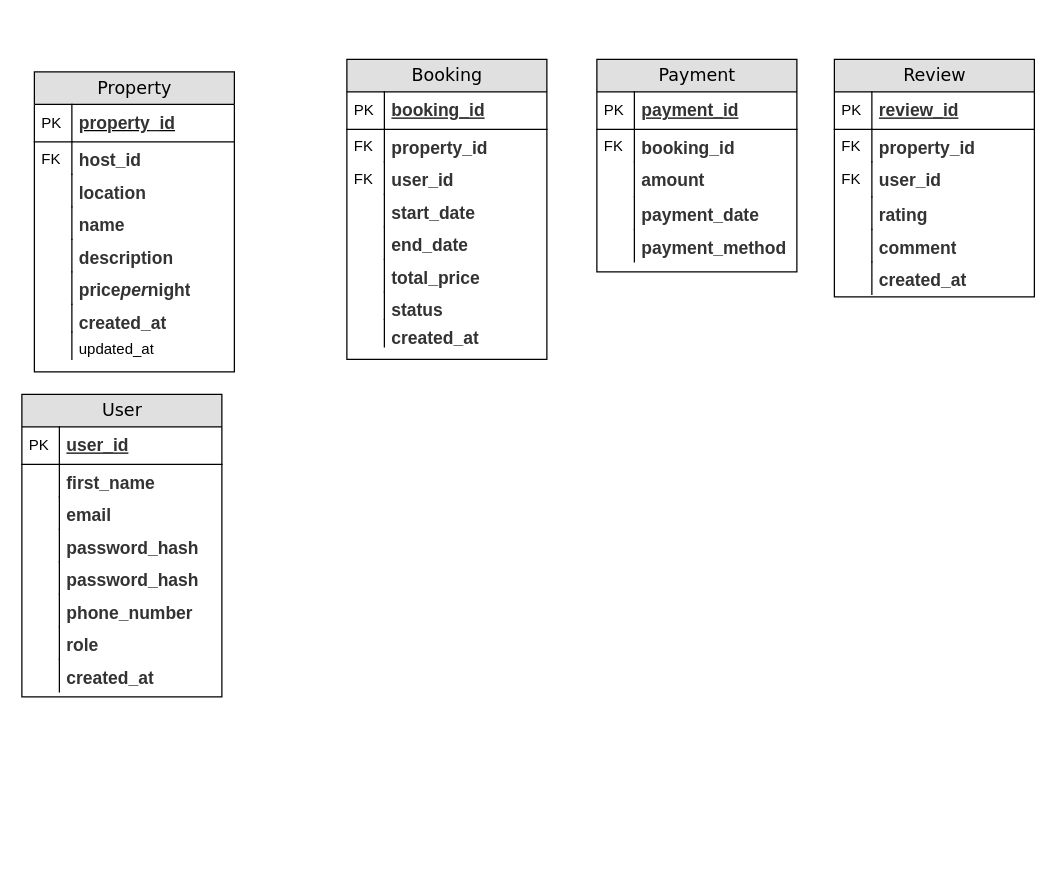
Before: alx-airbnb-database.drawio in fanuelal/alx-airbnb-database, a draw.io diagram. Source tidied: cells renumbered, new cells numbered last; positions are measured from the earlier drawing's top-left corner, leaving out a move shared by most shapes. Both pictures are drawn from the tidied source at 125%, with x=0, y=0 at pixel (21, 59).
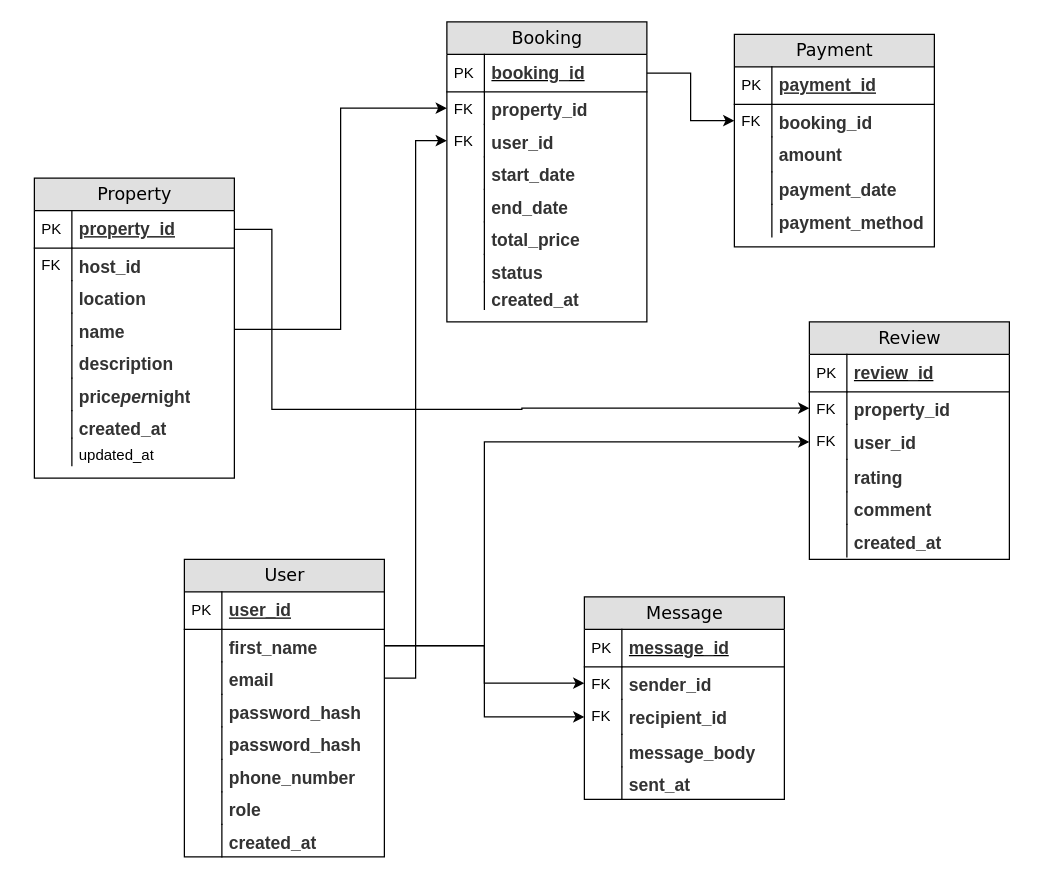
The same diagram, later.

The change refers to these unchanged cells:
```xml
<mxCell id="3" value="&lt;strong style=&quot;box-sizing: border-box; color: rgb(51, 51, 51); font-family: aktiv-grotesk, sans-serif; font-size: 14px; background-color: rgb(255, 255, 255);&quot;&gt;&lt;strong style=&quot;box-sizing: border-box;&quot;&gt;booking_id&lt;/strong&gt;&lt;/strong&gt;" style="shape=partialRectangle;top=0;left=0;right=0;bottom=1;html=1;align=left;verticalAlign=middle;fillColor=none;spacingLeft=34;spacingRight=4;whiteSpace=wrap;overflow=hidden;points=[[0,0.5],[1,0.5]];portConstraint=eastwest;fontStyle=5;" parent="2" vertex="1">
  <mxGeometry y="26" width="160" height="30" as="geometry" />
</mxCell>
<mxCell id="5" value="&lt;strong style=&quot;box-sizing: border-box; color: rgb(51, 51, 51); font-family: aktiv-grotesk, sans-serif; font-size: 14px; background-color: rgb(255, 255, 255);&quot;&gt;property_id&lt;/strong&gt;" style="shape=partialRectangle;top=0;left=0;right=0;bottom=0;html=1;align=left;verticalAlign=top;fillColor=none;spacingLeft=34;spacingRight=4;whiteSpace=wrap;overflow=hidden;points=[[0,0.5],[1,0.5]];portConstraint=eastwest;" parent="2" vertex="1">
  <mxGeometry y="56" width="160" height="26" as="geometry" />
</mxCell>
<mxCell id="7" value="&lt;strong style=&quot;box-sizing: border-box; color: rgb(51, 51, 51); font-family: aktiv-grotesk, sans-serif; font-size: 14px; background-color: rgb(255, 255, 255);&quot;&gt;user_id&lt;/strong&gt;" style="shape=partialRectangle;top=0;left=0;right=0;bottom=0;html=1;align=left;verticalAlign=top;fillColor=none;spacingLeft=34;spacingRight=4;whiteSpace=wrap;overflow=hidden;points=[[0,0.5],[1,0.5]];portConstraint=eastwest;" parent="2" vertex="1">
  <mxGeometry y="82" width="160" height="26" as="geometry" />
</mxCell>
<mxCell id="22" value="&lt;strong style=&quot;box-sizing: border-box; color: rgb(51, 51, 51); font-family: aktiv-grotesk, sans-serif; font-size: 14px; background-color: rgb(255, 255, 255);&quot;&gt;first_name&lt;/strong&gt;" style="shape=partialRectangle;top=0;left=0;right=0;bottom=0;html=1;align=left;verticalAlign=top;fillColor=none;spacingLeft=34;spacingRight=4;whiteSpace=wrap;overflow=hidden;points=[[0,0.5],[1,0.5]];portConstraint=eastwest;" parent="19" vertex="1">
  <mxGeometry y="56" width="160" height="26" as="geometry" />
</mxCell>
<mxCell id="24" value="&lt;strong style=&quot;box-sizing: border-box; color: rgb(51, 51, 51); font-family: aktiv-grotesk, sans-serif; font-size: 14px; background-color: rgb(255, 255, 255);&quot;&gt;email&lt;/strong&gt;" style="shape=partialRectangle;top=0;left=0;right=0;bottom=0;html=1;align=left;verticalAlign=top;fillColor=none;spacingLeft=34;spacingRight=4;whiteSpace=wrap;overflow=hidden;points=[[0,0.5],[1,0.5]];portConstraint=eastwest;" parent="19" vertex="1">
  <mxGeometry y="82" width="160" height="26" as="geometry" />
</mxCell>
<mxCell id="37" value="&lt;strong style=&quot;box-sizing: border-box; color: rgb(51, 51, 51); font-family: aktiv-grotesk, sans-serif; font-size: 14px; background-color: rgb(255, 255, 255);&quot;&gt;property_id&lt;/strong&gt;" style="shape=partialRectangle;top=0;left=0;right=0;bottom=1;html=1;align=left;verticalAlign=middle;fillColor=none;spacingLeft=34;spacingRight=4;whiteSpace=wrap;overflow=hidden;points=[[0,0.5],[1,0.5]];portConstraint=eastwest;fontStyle=5;" parent="36" vertex="1">
  <mxGeometry y="26" width="160" height="30" as="geometry" />
</mxCell>
<mxCell id="43" value="&lt;strong style=&quot;box-sizing: border-box; color: rgb(51, 51, 51); font-family: aktiv-grotesk, sans-serif; font-size: 14px; background-color: rgb(255, 255, 255);&quot;&gt;name&lt;/strong&gt;" style="shape=partialRectangle;top=0;left=0;right=0;bottom=0;html=1;align=left;verticalAlign=top;fillColor=none;spacingLeft=34;spacingRight=4;whiteSpace=wrap;overflow=hidden;points=[[0,0.5],[1,0.5]];portConstraint=eastwest;" parent="36" vertex="1">
  <mxGeometry y="108" width="160" height="26" as="geometry" />
</mxCell>
<mxCell id="56" value="&lt;strong style=&quot;box-sizing: border-box; color: rgb(51, 51, 51); font-family: aktiv-grotesk, sans-serif; font-size: 14px; background-color: rgb(255, 255, 255);&quot;&gt;&lt;strong style=&quot;box-sizing: border-box;&quot;&gt;booking_id&lt;/strong&gt;&lt;/strong&gt;" style="shape=partialRectangle;top=0;left=0;right=0;bottom=0;html=1;align=left;verticalAlign=top;fillColor=none;spacingLeft=34;spacingRight=4;whiteSpace=wrap;overflow=hidden;points=[[0,0.5],[1,0.5]];portConstraint=eastwest;" parent="53" vertex="1">
  <mxGeometry y="56" width="160" height="26" as="geometry" />
</mxCell>
<mxCell id="67" value="&lt;strong style=&quot;box-sizing: border-box; color: rgb(51, 51, 51); font-family: aktiv-grotesk, sans-serif; font-size: 14px; background-color: rgb(255, 255, 255);&quot;&gt;property_id&lt;/strong&gt;" style="shape=partialRectangle;top=0;left=0;right=0;bottom=0;html=1;align=left;verticalAlign=top;fillColor=none;spacingLeft=34;spacingRight=4;whiteSpace=wrap;overflow=hidden;points=[[0,0.5],[1,0.5]];portConstraint=eastwest;" parent="64" vertex="1">
  <mxGeometry y="56" width="160" height="26" as="geometry" />
</mxCell>
<mxCell id="69" value="&lt;strong style=&quot;box-sizing: border-box; color: rgb(51, 51, 51); font-family: aktiv-grotesk, sans-serif; font-size: 14px; background-color: rgb(255, 255, 255);&quot;&gt;user_id&lt;/strong&gt;" style="shape=partialRectangle;top=0;left=0;right=0;bottom=0;html=1;align=left;verticalAlign=top;fillColor=none;spacingLeft=34;spacingRight=4;whiteSpace=wrap;overflow=hidden;points=[[0,0.5],[1,0.5]];portConstraint=eastwest;" parent="64" vertex="1">
  <mxGeometry y="82" width="160" height="28" as="geometry" />
</mxCell>
```

The edit, as a diff of the source:
```diff
@@
     <mxCell id="2" value="Booking" style="swimlane;html=1;fontStyle=0;horizontal=1;startSize=26;fillColor=#e0e0e0;swimlaneFillColor=#ffffff;align=center;rounded=0;shadow=0;comic=0;labelBackgroundColor=none;strokeWidth=1;fontFamily=Verdana;fontSize=14;" parent="1" vertex="1">
-      <mxGeometry x="260" width="160" height="240" as="geometry" />
+      <mxGeometry x="340" y="-30" width="160" height="240" as="geometry" />
     </mxCell>
@@
     <mxCell id="19" value="User" style="swimlane;html=1;fontStyle=0;horizontal=1;startSize=26;fillColor=#e0e0e0;swimlaneFillColor=#ffffff;align=center;rounded=0;shadow=0;comic=0;labelBackgroundColor=none;strokeWidth=1;fontFamily=Verdana;fontSize=14;" parent="1" vertex="1">
-      <mxGeometry y="268" width="160" height="242" as="geometry" />
+      <mxGeometry x="130" y="400" width="160" height="238" as="geometry" />
     </mxCell>
@@
     <mxCell id="36" value="Property" style="swimlane;html=1;fontStyle=0;horizontal=1;startSize=26;fillColor=#e0e0e0;swimlaneFillColor=#ffffff;align=center;rounded=0;shadow=0;comic=0;labelBackgroundColor=none;strokeWidth=1;fontFamily=Verdana;fontSize=14;" parent="1" vertex="1">
-      <mxGeometry x="10" y="10" width="160" height="240" as="geometry" />
+      <mxGeometry x="10" y="95" width="160" height="240" as="geometry" />
     </mxCell>
@@
     <mxCell id="53" value="Payment" style="swimlane;html=1;fontStyle=0;horizontal=1;startSize=26;fillColor=#e0e0e0;swimlaneFillColor=#ffffff;align=center;rounded=0;shadow=0;comic=0;labelBackgroundColor=none;strokeWidth=1;fontFamily=Verdana;fontSize=14;" parent="1" vertex="1">
-      <mxGeometry x="460" width="160" height="170" as="geometry" />
+      <mxGeometry x="570" y="-20" width="160" height="170" as="geometry" />
     </mxCell>
@@
     <mxCell id="64" value="Review" style="swimlane;html=1;fontStyle=0;horizontal=1;startSize=26;fillColor=#e0e0e0;swimlaneFillColor=#ffffff;align=center;rounded=0;shadow=0;comic=0;labelBackgroundColor=none;strokeWidth=1;fontFamily=Verdana;fontSize=14;" parent="1" vertex="1">
-      <mxGeometry x="650" width="160" height="190" as="geometry" />
+      <mxGeometry x="630" y="210" width="160" height="190" as="geometry" />
     </mxCell>
@@
+    <mxCell id="77" value="Message" style="swimlane;html=1;fontStyle=0;horizontal=1;startSize=26;fillColor=#e0e0e0;swimlaneFillColor=#ffffff;align=center;rounded=0;shadow=0;comic=0;labelBackgroundColor=none;strokeWidth=1;fontFamily=Verdana;fontSize=14;" parent="1" vertex="1">
+      <mxGeometry x="450" y="430" width="160" height="162" as="geometry" />
+    </mxCell>
+    <mxCell id="78" value="&lt;strong style=&quot;box-sizing: border-box; color: rgb(51, 51, 51); font-family: aktiv-grotesk, sans-serif; font-size: 14px; background-color: rgb(255, 255, 255);&quot;&gt;message_id&lt;/strong&gt;" style="shape=partialRectangle;top=0;left=0;right=0;bottom=1;html=1;align=left;verticalAlign=middle;fillColor=none;spacingLeft=34;spacingRight=4;whiteSpace=wrap;overflow=hidden;fontStyle=5;" parent="77" vertex="1">
+      <mxGeometry y="26" width="160" height="30" as="geometry" />
+    </mxCell>
+    <mxCell id="79" value="PK" style="shape=partialRectangle;top=0;left=0;bottom=0;html=1;fillColor=none;align=left;verticalAlign=middle;spacingLeft=4;spacingRight=4;whiteSpace=wrap;overflow=hidden;" parent="78" vertex="1">
+      <mxGeometry width="30" height="30" as="geometry" />
+    </mxCell>
+    <mxCell id="80" value="&lt;strong style=&quot;box-sizing: border-box; color: rgb(51, 51, 51); font-family: aktiv-grotesk, sans-serif; font-size: 14px; background-color: rgb(255, 255, 255);&quot;&gt;sender_id&lt;/strong&gt;" style="shape=partialRectangle;top=0;left=0;right=0;bottom=0;html=1;align=left;verticalAlign=top;fillColor=none;spacingLeft=34;spacingRight=4;whiteSpace=wrap;overflow=hidden;points=[[0,0.5],[1,0.5]];portConstraint=eastwest;" parent="77" vertex="1">
+      <mxGeometry y="56" width="160" height="26" as="geometry" />
+    </mxCell>
+    <mxCell id="81" value="FK" style="shape=partialRectangle;top=0;left=0;bottom=0;html=1;fillColor=none;align=left;verticalAlign=top;spacingLeft=4;spacingRight=4;whiteSpace=wrap;overflow=hidden;" parent="80" vertex="1">
+      <mxGeometry width="30" height="26" as="geometry" />
+    </mxCell>
+    <mxCell id="82" value="&lt;strong style=&quot;box-sizing: border-box; color: rgb(51, 51, 51); font-family: aktiv-grotesk, sans-serif; font-size: 14px; background-color: rgb(255, 255, 255);&quot;&gt;recipient_id&lt;/strong&gt;" style="shape=partialRectangle;top=0;left=0;right=0;bottom=0;html=1;align=left;verticalAlign=top;fillColor=none;spacingLeft=34;spacingRight=4;whiteSpace=wrap;overflow=hidden;points=[[0,0.5],[1,0.5]];portConstraint=eastwest;" parent="77" vertex="1">
+      <mxGeometry y="82" width="160" height="28" as="geometry" />
+    </mxCell>
+    <mxCell id="83" value="FK" style="shape=partialRectangle;top=0;left=0;bottom=0;html=1;fillColor=none;align=left;verticalAlign=top;spacingLeft=4;spacingRight=4;whiteSpace=wrap;overflow=hidden;" parent="82" vertex="1">
+      <mxGeometry width="30" height="28" as="geometry" />
+    </mxCell>
+    <mxCell id="84" value="&lt;strong style=&quot;box-sizing: border-box; color: rgb(51, 51, 51); font-family: aktiv-grotesk, sans-serif; font-size: 14px; background-color: rgb(255, 255, 255);&quot;&gt;message_body&lt;/strong&gt;" style="shape=partialRectangle;top=0;left=0;right=0;bottom=0;html=1;align=left;verticalAlign=top;fillColor=none;spacingLeft=34;spacingRight=4;whiteSpace=wrap;overflow=hidden;" parent="77" vertex="1">
+      <mxGeometry y="110" width="160" height="26" as="geometry" />
+    </mxCell>
+    <mxCell id="85" style="shape=partialRectangle;top=0;left=0;bottom=0;html=1;fillColor=none;align=left;verticalAlign=top;spacingLeft=4;spacingRight=4;whiteSpace=wrap;overflow=hidden;" parent="84" vertex="1">
+      <mxGeometry width="30" height="26" as="geometry" />
+    </mxCell>
+    <mxCell id="86" value="&lt;strong style=&quot;box-sizing: border-box; color: rgb(51, 51, 51); font-family: aktiv-grotesk, sans-serif; font-size: 14px; background-color: rgb(255, 255, 255);&quot;&gt;sent_at&lt;/strong&gt;" style="shape=partialRectangle;top=0;left=0;right=0;bottom=0;html=1;align=left;verticalAlign=top;fillColor=none;spacingLeft=34;spacingRight=4;whiteSpace=wrap;overflow=hidden;" parent="77" vertex="1">
+      <mxGeometry y="136" width="160" height="26" as="geometry" />
+    </mxCell>
+    <mxCell id="87" style="shape=partialRectangle;top=0;left=0;bottom=0;html=1;fillColor=none;align=left;verticalAlign=top;spacingLeft=4;spacingRight=4;whiteSpace=wrap;overflow=hidden;" parent="86" vertex="1">
+      <mxGeometry width="30" height="26" as="geometry" />
+    </mxCell>
+    <mxCell id="88" style="edgeStyle=orthogonalEdgeStyle;rounded=0;jettySize=auto;html=1;entryX=0;entryY=0.5;entryDx=0;entryDy=0;" parent="1" edge="1" source="43" target="5">
+      <mxGeometry relative="1" as="geometry" />
+    </mxCell>
+    <mxCell id="89" style="edgeStyle=orthogonalEdgeStyle;rounded=0;jettySize=auto;html=1;entryX=0;entryY=0.5;entryDx=0;entryDy=0;" parent="1" edge="1" source="3" target="56">
+      <mxGeometry relative="1" as="geometry" />
+    </mxCell>
+    <mxCell id="90" style="edgeStyle=orthogonalEdgeStyle;rounded=0;jettySize=auto;html=1;" parent="1" edge="1" source="24" target="7">
+      <mxGeometry relative="1" as="geometry" />
+    </mxCell>
+    <mxCell id="91" style="edgeStyle=orthogonalEdgeStyle;rounded=0;jettySize=auto;html=1;entryX=0;entryY=0.5;entryDx=0;entryDy=0;" parent="1" edge="1" source="37" target="67">
+      <mxGeometry relative="1" as="geometry">
+        <Array as="points">
+          <mxPoint x="200" y="136" />
+          <mxPoint x="200" y="280" />
+          <mxPoint x="400" y="280" />
+        </Array>
+      </mxGeometry>
+    </mxCell>
+    <mxCell id="92" style="edgeStyle=orthogonalEdgeStyle;rounded=0;jettySize=auto;html=1;exitX=1;exitY=0.5;exitDx=0;exitDy=0;entryX=0;entryY=0.5;entryDx=0;entryDy=0;" parent="1" edge="1" source="22" target="80">
+      <mxGeometry relative="1" as="geometry" />
+    </mxCell>
+    <mxCell id="93" style="edgeStyle=orthogonalEdgeStyle;rounded=0;jettySize=auto;html=1;" parent="1" edge="1" source="22" target="82">
+      <mxGeometry relative="1" as="geometry" />
+    </mxCell>
+    <mxCell id="94" style="edgeStyle=orthogonalEdgeStyle;rounded=0;jettySize=auto;html=1;" parent="1" edge="1" source="22" target="69">
+      <mxGeometry relative="1" as="geometry">
+        <Array as="points">
+          <mxPoint x="370" y="469" />
+          <mxPoint x="370" y="306" />
+        </Array>
+      </mxGeometry>
+    </mxCell>
```
